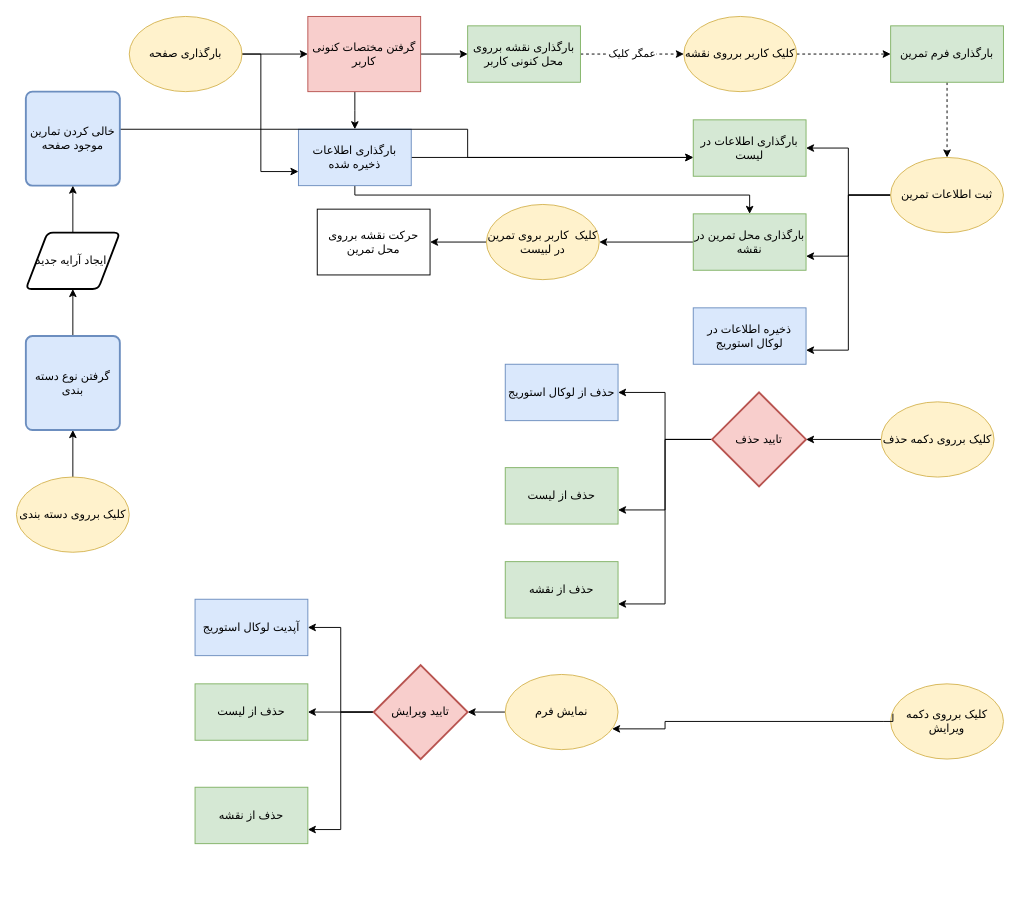
Above: Untitled Diagram.drawio in behnamrhp/mapr (draw.io), before the change. Source tidied: cells renumbered, new cells numbered last; positions are measured from the earlier drawing's top-left corner, leaving out a move shared by most shapes. Both pictures are drawn from the tidied source at 94%, with x=0, y=0 at pixel (16, 16).
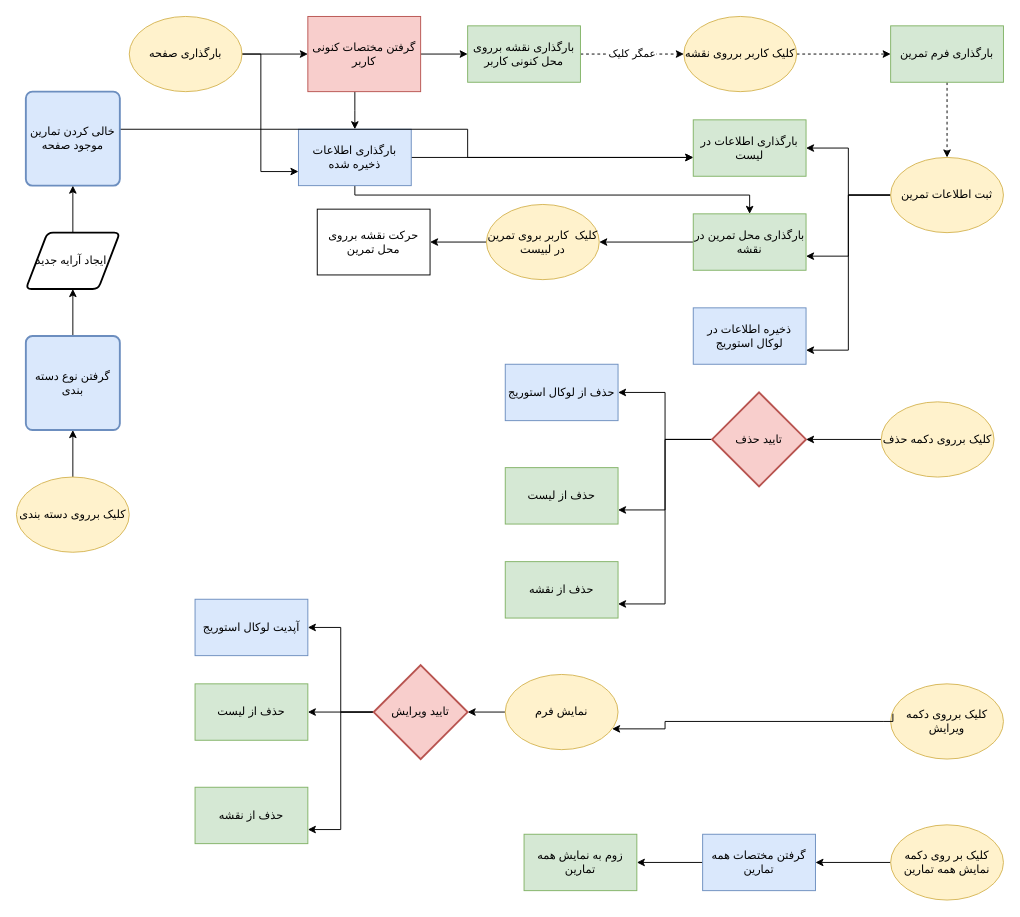
After the change.

The edit, as a diff of the source:
```diff
@@
+    <mxCell id="56" style="edgeStyle=orthogonalEdgeStyle;rounded=0;jettySize=auto;html=1;" parent="1" edge="1" source="57" target="59">
+      <mxGeometry relative="1" as="geometry" />
+    </mxCell>
+    <mxCell id="57" value="کلیک بر روی دکمه نمایش همه تمارین" style="ellipse;whiteSpace=wrap;html=1;fillColor=#fff2cc;strokeColor=#d6b656;" parent="1" vertex="1">
+      <mxGeometry x="930" y="860" width="120" height="80" as="geometry" />
+    </mxCell>
+    <mxCell id="58" style="edgeStyle=orthogonalEdgeStyle;rounded=0;jettySize=auto;html=1;" parent="1" edge="1" source="59" target="60">
+      <mxGeometry relative="1" as="geometry" />
+    </mxCell>
+    <mxCell id="59" value="گرفتن مختصات همه تمارین" style="rounded=0;whiteSpace=wrap;html=1;fillColor=#dae8fc;strokeColor=#6c8ebf;" parent="1" vertex="1">
+      <mxGeometry x="730" y="870" width="120" height="60" as="geometry" />
+    </mxCell>
+    <mxCell id="60" value="زوم به نمایش همه تمارین" style="rounded=0;whiteSpace=wrap;html=1;fillColor=#d5e8d4;strokeColor=#82b366;" parent="1" vertex="1">
+      <mxGeometry x="540" y="870" width="120" height="60" as="geometry" />
+    </mxCell>
```
